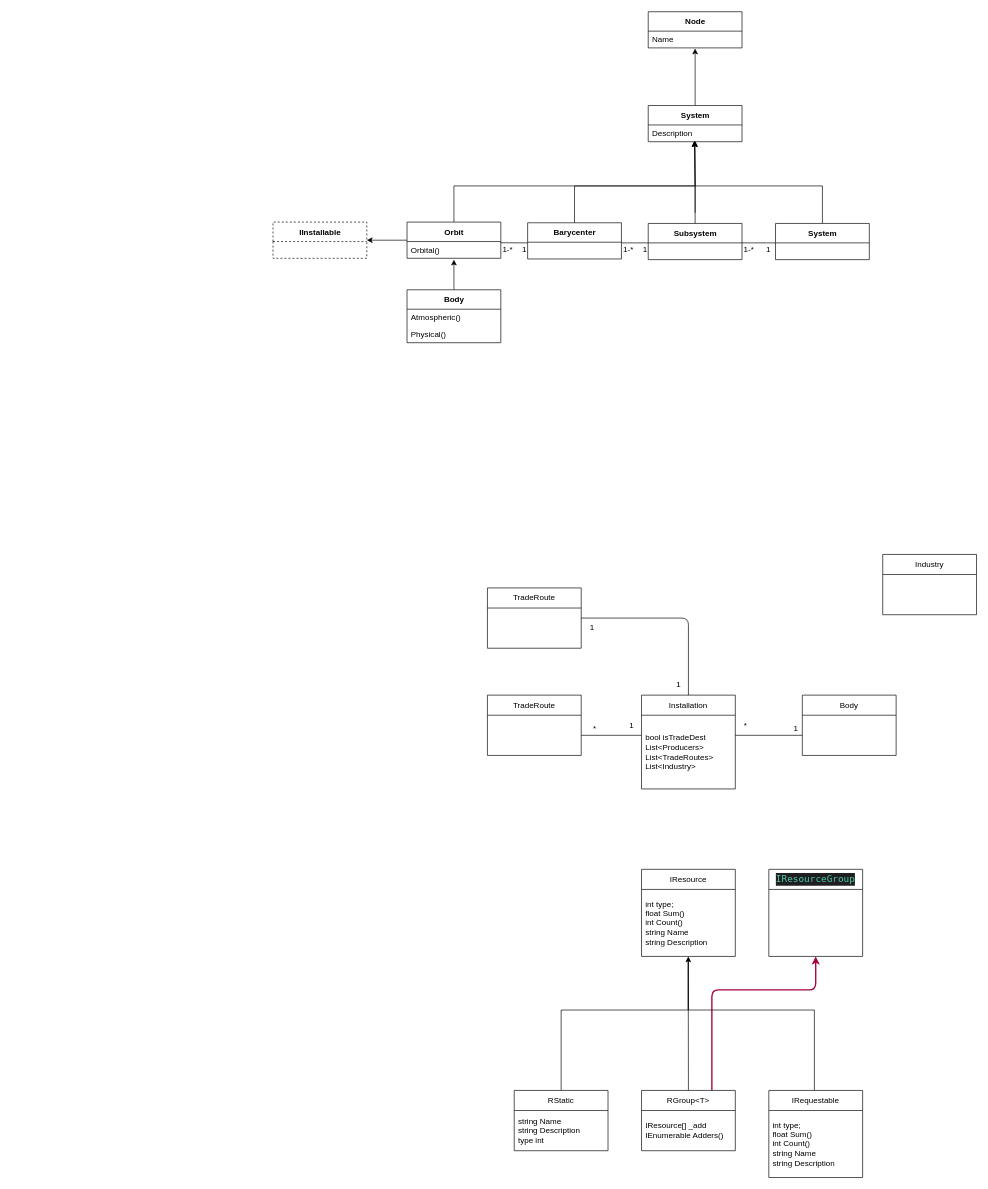
Above: game.drawio in CallumWalley/tradeTest (draw.io), before the change. Source tidied: cells renumbered, new cells numbered last; positions are measured from the earlier drawing's top-left corner, leaving out a move shared by most shapes. Both pictures are drawn from the tidied source at 67%, with x=0, y=0 at pixel (273, 11).
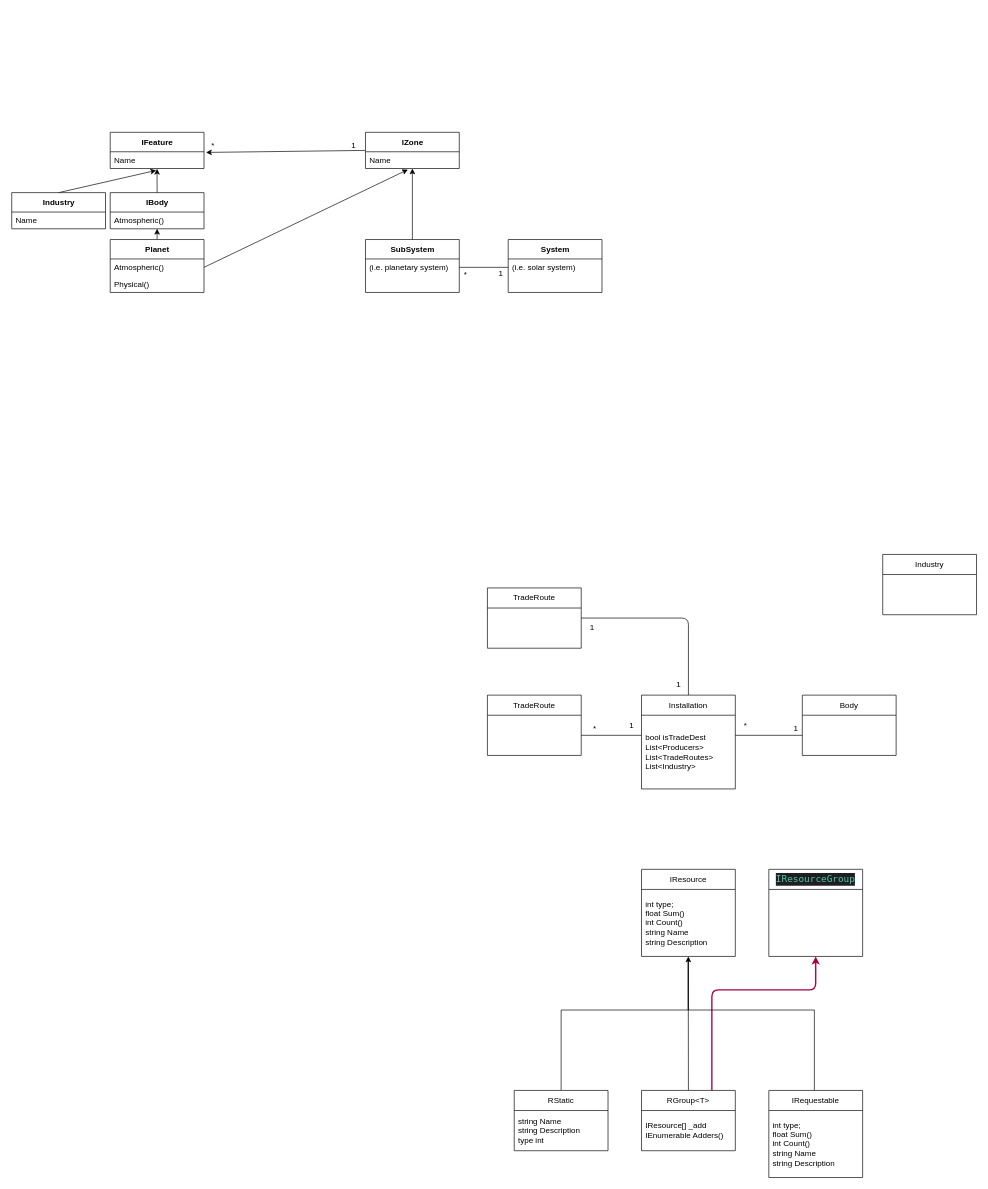
Above is the later version.

Unchanged cells that the change refers to:
```xml
<mxCell id="40" value="Atmospheric()" style="text;html=1;strokeColor=none;fillColor=none;align=left;verticalAlign=middle;spacingLeft=4;spacingRight=4;overflow=hidden;points=[[0,0.5],[1,0.5]];portConstraint=eastwest;dashed=1;" parent="39" vertex="1">
  <mxGeometry y="29" width="140" height="25" as="geometry" />
</mxCell>
```

The edit, as a diff of the source:
```diff
@@
-    <mxCell id="21" style="edgeStyle=orthogonalEdgeStyle;rounded=0;html=1;exitX=0.5;exitY=0;exitDx=0;exitDy=0;entryX=0.5;entryY=1.04;entryDx=0;entryDy=0;endArrow=classic;endFill=1;entryPerimeter=0;" parent="1" edge="1" source="50" target="53">
-      <mxGeometry relative="1" as="geometry" />
-    </mxCell>
-    <mxCell id="22" style="edgeStyle=orthogonalEdgeStyle;rounded=0;html=1;exitX=1;exitY=0.5;exitDx=0;exitDy=0;entryX=0;entryY=0.5;entryDx=0;entryDy=0;endArrow=none;endFill=0;" parent="1" edge="1">
-      <mxGeometry relative="1" as="geometry">
-        <mxPoint x="700" y="345" as="sourcePoint" />
-        <mxPoint x="750" y="345" as="targetPoint" />
-      </mxGeometry>
-    </mxCell>
-    <mxCell id="23" style="edgeStyle=orthogonalEdgeStyle;rounded=0;html=1;exitX=0.5;exitY=0;exitDx=0;exitDy=0;endArrow=none;endFill=0;" parent="1" edge="1">
-      <mxGeometry relative="1" as="geometry">
-        <mxPoint x="630" y="300" as="sourcePoint" />
-        <mxPoint x="630" y="260" as="targetPoint" />
-      </mxGeometry>
-    </mxCell>
-    <mxCell id="24" style="edgeStyle=orthogonalEdgeStyle;rounded=0;jumpStyle=arc;html=1;exitX=0.5;exitY=0;exitDx=0;exitDy=0;entryX=0.5;entryY=0.96;entryDx=0;entryDy=0;endArrow=classic;endFill=1;entryPerimeter=0;" parent="1" edge="1" target="51">
-      <mxGeometry relative="1" as="geometry">
-        <mxPoint x="630" y="316" as="sourcePoint" />
-      </mxGeometry>
-    </mxCell>
-    <mxCell id="25" style="edgeStyle=orthogonalEdgeStyle;rounded=0;html=1;exitX=0.5;exitY=0;exitDx=0;exitDy=0;endArrow=none;endFill=0;" parent="1" edge="1" source="48">
-      <mxGeometry relative="1" as="geometry">
-        <mxPoint x="630" y="260" as="targetPoint" />
-        <Array as="points">
-          <mxPoint x="820" y="260" />
-        </Array>
-      </mxGeometry>
-    </mxCell>
-    <mxCell id="26" value="1" style="text;html=1;align=center;verticalAlign=middle;strokeColor=none;fillColor=none;" parent="1" vertex="1">
-      <mxGeometry x="540" y="340" width="30" height="30" as="geometry" />
-    </mxCell>
-    <mxCell id="27" value="1" style="text;html=1;align=center;verticalAlign=middle;strokeColor=none;fillColor=none;" parent="1" vertex="1">
-      <mxGeometry x="724" y="340" width="30" height="30" as="geometry" />
-    </mxCell>
-    <mxCell id="28" value="&amp;nbsp; &amp;nbsp;1-*" style="text;html=1;align=center;verticalAlign=middle;strokeColor=none;fillColor=none;" parent="1" vertex="1">
-      <mxGeometry x="680" y="340" width="50" height="30" as="geometry" />
-    </mxCell>
-    <mxCell id="29" style="edgeStyle=orthogonalEdgeStyle;rounded=0;jumpStyle=arc;html=1;exitX=0.5;exitY=0;exitDx=0;exitDy=0;endArrow=classic;endFill=1;entryX=0.493;entryY=0.96;entryDx=0;entryDy=0;entryPerimeter=0;" parent="1" edge="1" target="51">
-      <mxGeometry relative="1" as="geometry">
-        <mxPoint x="450" y="316" as="sourcePoint" />
-        <Array as="points">
-          <mxPoint x="450" y="260" />
-          <mxPoint x="630" y="260" />
-        </Array>
-      </mxGeometry>
-    </mxCell>
-    <mxCell id="30" style="edgeStyle=orthogonalEdgeStyle;rounded=0;jumpStyle=arc;html=1;exitX=1;exitY=0.5;exitDx=0;exitDy=0;endArrow=none;endFill=0;entryX=0;entryY=0.5;entryDx=0;entryDy=0;" parent="1" edge="1">
-      <mxGeometry relative="1" as="geometry">
-        <mxPoint x="520" y="345" as="sourcePoint" />
-        <mxPoint x="560" y="345" as="targetPoint" />
-      </mxGeometry>
-    </mxCell>
-    <mxCell id="31" style="edgeStyle=orthogonalEdgeStyle;rounded=0;jumpStyle=arc;html=1;exitX=0;exitY=0.5;exitDx=0;exitDy=0;entryX=0.996;entryY=0.073;entryDx=0;entryDy=0;endArrow=none;endFill=0;entryPerimeter=0;" parent="1" edge="1" target="43">
-      <mxGeometry relative="1" as="geometry">
-        <mxPoint x="380" y="345" as="sourcePoint" />
-      </mxGeometry>
-    </mxCell>
-    <mxCell id="32" style="edgeStyle=orthogonalEdgeStyle;rounded=0;jumpStyle=arc;html=1;exitX=0.5;exitY=0;exitDx=0;exitDy=0;endArrow=classic;endFill=1;entryX=0.493;entryY=0.96;entryDx=0;entryDy=0;entryPerimeter=0;" parent="1" edge="1" source="42" target="51">
-      <mxGeometry relative="1" as="geometry">
-        <Array as="points">
-          <mxPoint x="270" y="260" />
-          <mxPoint x="630" y="260" />
-          <mxPoint x="630" y="210" />
-          <mxPoint x="629" y="210" />
-        </Array>
-      </mxGeometry>
-    </mxCell>
-    <mxCell id="33" style="edgeStyle=orthogonalEdgeStyle;rounded=0;jumpStyle=arc;html=1;exitX=0;exitY=0.5;exitDx=0;exitDy=0;entryX=1;entryY=0.5;entryDx=0;entryDy=0;endArrow=classic;endFill=1;" parent="1" edge="1" source="42" target="37">
-      <mxGeometry relative="1" as="geometry" />
-    </mxCell>
-    <mxCell id="34" value="1-*" style="text;html=1;align=center;verticalAlign=middle;strokeColor=none;fillColor=none;" parent="1" vertex="1">
-      <mxGeometry x="510" y="340" width="40" height="30" as="geometry" />
-    </mxCell>
-    <mxCell id="35" value="1-*" style="text;html=1;align=center;verticalAlign=middle;strokeColor=none;fillColor=none;" parent="1" vertex="1">
-      <mxGeometry x="330" y="340" width="40" height="30" as="geometry" />
-    </mxCell>
-    <mxCell id="36" value="1" style="text;html=1;align=center;verticalAlign=middle;strokeColor=none;fillColor=none;" parent="1" vertex="1">
-      <mxGeometry x="360" y="340" width="30" height="30" as="geometry" />
-    </mxCell>
-    <mxCell id="37" value="IInstallable" style="swimlane;fontStyle=1;align=center;verticalAlign=middle;horizontal=1;startSize=29;html=1;dashed=1;" parent="1" vertex="1">
-      <mxGeometry y="314" width="140" height="54" as="geometry" />
-    </mxCell>
-    <mxCell id="38" style="edgeStyle=orthogonalEdgeStyle;rounded=0;jumpStyle=arc;html=1;exitX=0.5;exitY=0;exitDx=0;exitDy=0;endArrow=classic;endFill=1;" parent="1" edge="1" source="39">
-      <mxGeometry relative="1" as="geometry">
-        <mxPoint x="270" y="370" as="targetPoint" />
-      </mxGeometry>
-    </mxCell>
+    <mxCell id="63" style="edgeStyle=none;html=1;exitX=0.5;exitY=0;exitDx=0;exitDy=0;" parent="1" edge="1" source="39" target="69">
+      <mxGeometry relative="1" as="geometry" />
+    </mxCell>
+    <mxCell id="64" style="edgeStyle=none;html=1;exitX=1;exitY=0.5;exitDx=0;exitDy=0;entryX=0.452;entryY=1.065;entryDx=0;entryDy=0;entryPerimeter=0;" parent="1" edge="1" source="40" target="72">
+      <mxGeometry relative="1" as="geometry" />
+    </mxCell>
-    <mxCell id="39" value="Body" style="swimlane;fontStyle=1;align=center;verticalAlign=middle;horizontal=1;startSize=29;html=1;" parent="1" vertex="1">
-      <mxGeometry x="200" y="415" width="140" height="79" as="geometry" />
+    <mxCell id="39" value="Planet" style="swimlane;fontStyle=1;align=center;verticalAlign=middle;horizontal=1;startSize=29;html=1;" parent="1" vertex="1">
+      <mxGeometry x="-243" y="340" width="140" height="79" as="geometry" />
     </mxCell>
@@
-    <mxCell id="42" value="Orbit" style="swimlane;fontStyle=1;align=center;verticalAlign=middle;horizontal=1;startSize=29;html=1;" parent="1" vertex="1">
-      <mxGeometry x="200" y="314" width="140" height="54" as="geometry" />
-    </mxCell>
-    <mxCell id="43" value="Orbital()" style="text;html=1;strokeColor=none;fillColor=none;align=left;verticalAlign=middle;spacingLeft=4;spacingRight=4;overflow=hidden;points=[[0,0.5],[1,0.5]];portConstraint=eastwest;dashed=1;" parent="42" vertex="1">
-      <mxGeometry y="29" width="140" height="25" as="geometry" />
-    </mxCell>
-    <mxCell id="44" value="Barycenter" style="swimlane;fontStyle=1;align=center;verticalAlign=middle;horizontal=1;startSize=29;html=1;" parent="1" vertex="1">
-      <mxGeometry x="380" y="315" width="140" height="54" as="geometry" />
-    </mxCell>
-    <mxCell id="45" value="&amp;nbsp;&amp;nbsp;" style="text;html=1;strokeColor=none;fillColor=none;align=left;verticalAlign=middle;spacingLeft=4;spacingRight=4;overflow=hidden;dashed=1;" parent="44" vertex="1">
-      <mxGeometry y="29" width="140" height="25" as="geometry" />
-    </mxCell>
-    <mxCell id="46" value="Subsystem" style="swimlane;fontStyle=1;align=center;verticalAlign=middle;horizontal=1;startSize=29;html=1;" parent="1" vertex="1">
-      <mxGeometry x="560" y="316" width="140" height="54" as="geometry" />
-    </mxCell>
-    <mxCell id="47" value="&amp;nbsp;&amp;nbsp;" style="text;html=1;strokeColor=none;fillColor=none;align=left;verticalAlign=middle;spacingLeft=4;spacingRight=4;overflow=hidden;dashed=1;" parent="46" vertex="1">
-      <mxGeometry y="29" width="140" height="25" as="geometry" />
-    </mxCell>
-    <mxCell id="48" value="System" style="swimlane;fontStyle=1;align=center;verticalAlign=middle;horizontal=1;startSize=29;html=1;" parent="1" vertex="1">
-      <mxGeometry x="750" y="316" width="140" height="54" as="geometry" />
-    </mxCell>
-    <mxCell id="49" value="&amp;nbsp;&amp;nbsp;" style="text;html=1;strokeColor=none;fillColor=none;align=left;verticalAlign=middle;spacingLeft=4;spacingRight=4;overflow=hidden;dashed=1;" parent="48" vertex="1">
-      <mxGeometry y="29" width="140" height="25" as="geometry" />
-    </mxCell>
+    <mxCell id="65" style="edgeStyle=none;html=1;exitX=0.5;exitY=0;exitDx=0;exitDy=0;" parent="1" edge="1" source="50" target="72">
+      <mxGeometry relative="1" as="geometry" />
+    </mxCell>
-    <mxCell id="50" value="System" style="swimlane;fontStyle=1;align=center;verticalAlign=middle;horizontal=1;startSize=29;html=1;" parent="1" vertex="1">
-      <mxGeometry x="560" y="140" width="140" height="54" as="geometry" />
+    <mxCell id="50" value="SubSystem" style="swimlane;fontStyle=1;align=center;verticalAlign=middle;horizontal=1;startSize=29;html=1;" parent="1" vertex="1">
+      <mxGeometry x="138" y="340" width="140" height="79" as="geometry" />
     </mxCell>
-    <mxCell id="51" value="Description" style="text;html=1;strokeColor=none;fillColor=none;align=left;verticalAlign=middle;spacingLeft=4;spacingRight=4;overflow=hidden;points=[[0,0.5],[1,0.5]];portConstraint=eastwest;dashed=1;" parent="50" vertex="1">
+    <mxCell id="51" value="(i.e. planetary system)" style="text;html=1;strokeColor=none;fillColor=none;align=left;verticalAlign=middle;spacingLeft=4;spacingRight=4;overflow=hidden;points=[[0,0.5],[1,0.5]];portConstraint=eastwest;dashed=1;" parent="50" vertex="1">
       <mxGeometry y="29" width="140" height="25" as="geometry" />
     </mxCell>
-    <mxCell id="52" value="Node" style="swimlane;fontStyle=1;align=center;verticalAlign=middle;horizontal=1;startSize=29;html=1;" parent="1" vertex="1">
-      <mxGeometry x="560" width="140" height="54" as="geometry" />
-    </mxCell>
-    <mxCell id="53" value="Name" style="text;html=1;strokeColor=none;fillColor=none;align=left;verticalAlign=middle;spacingLeft=4;spacingRight=4;overflow=hidden;points=[[0,0.5],[1,0.5]];portConstraint=eastwest;dashed=1;" parent="52" vertex="1">
-      <mxGeometry y="29" width="140" height="25" as="geometry" />
-    </mxCell>
+    <mxCell id="66" style="text;html=1;strokeColor=none;fillColor=none;align=left;verticalAlign=middle;spacingLeft=4;spacingRight=4;overflow=hidden;dashed=1;" parent="50" vertex="1">
+      <mxGeometry y="54" width="140" height="25" as="geometry" />
+    </mxCell>
@@
+    <mxCell id="67" style="edgeStyle=none;html=1;exitX=0.5;exitY=0;exitDx=0;exitDy=0;entryX=0.499;entryY=1.017;entryDx=0;entryDy=0;entryPerimeter=0;" parent="1" edge="1" source="68" target="76">
+      <mxGeometry relative="1" as="geometry" />
+    </mxCell>
+    <mxCell id="68" value="IBody" style="swimlane;fontStyle=1;align=center;verticalAlign=middle;horizontal=1;startSize=29;html=1;" parent="1" vertex="1">
+      <mxGeometry x="-243" y="270" width="140" height="54" as="geometry" />
+    </mxCell>
+    <mxCell id="69" value="Atmospheric()" style="text;html=1;strokeColor=none;fillColor=none;align=left;verticalAlign=middle;spacingLeft=4;spacingRight=4;overflow=hidden;points=[[0,0.5],[1,0.5]];portConstraint=eastwest;dashed=1;" parent="68" vertex="1">
+      <mxGeometry y="29" width="140" height="25" as="geometry" />
+    </mxCell>
+    <mxCell id="70" style="edgeStyle=none;html=1;exitX=0;exitY=0.5;exitDx=0;exitDy=0;" parent="1" edge="1" source="71">
+      <mxGeometry relative="1" as="geometry">
+        <mxPoint x="-100" y="210" as="targetPoint" />
+      </mxGeometry>
+    </mxCell>
+    <mxCell id="71" value="IZone" style="swimlane;fontStyle=1;align=center;verticalAlign=middle;horizontal=1;startSize=29;html=1;" parent="1" vertex="1">
+      <mxGeometry x="138" y="180" width="140" height="54" as="geometry" />
+    </mxCell>
+    <mxCell id="72" value="Name" style="text;html=1;strokeColor=none;fillColor=none;align=left;verticalAlign=middle;spacingLeft=4;spacingRight=4;overflow=hidden;points=[[0,0.5],[1,0.5]];portConstraint=eastwest;dashed=1;" parent="71" vertex="1">
+      <mxGeometry y="29" width="140" height="25" as="geometry" />
+    </mxCell>
+    <mxCell id="48" value="System" style="swimlane;fontStyle=1;align=center;verticalAlign=middle;horizontal=1;startSize=29;html=1;" parent="1" vertex="1">
+      <mxGeometry x="351" y="340" width="140" height="79" as="geometry" />
+    </mxCell>
+    <mxCell id="73" value="(i.e. solar system)" style="text;html=1;strokeColor=none;fillColor=none;align=left;verticalAlign=middle;spacingLeft=4;spacingRight=4;overflow=hidden;points=[[0,0.5],[1,0.5]];portConstraint=eastwest;dashed=1;" parent="48" vertex="1">
+      <mxGeometry y="29" width="140" height="25" as="geometry" />
+    </mxCell>
+    <mxCell id="74" style="text;html=1;strokeColor=none;fillColor=none;align=left;verticalAlign=middle;spacingLeft=4;spacingRight=4;overflow=hidden;dashed=1;" parent="48" vertex="1">
+      <mxGeometry y="54" width="140" height="25" as="geometry" />
+    </mxCell>
+    <mxCell id="75" value="IFeature" style="swimlane;fontStyle=1;align=center;verticalAlign=middle;horizontal=1;startSize=29;html=1;" parent="1" vertex="1">
+      <mxGeometry x="-243" y="180" width="140" height="54" as="geometry" />
+    </mxCell>
+    <mxCell id="76" value="Name" style="text;html=1;strokeColor=none;fillColor=none;align=left;verticalAlign=middle;spacingLeft=4;spacingRight=4;overflow=hidden;points=[[0,0.5],[1,0.5]];portConstraint=eastwest;dashed=1;" parent="75" vertex="1">
+      <mxGeometry y="29" width="140" height="25" as="geometry" />
+    </mxCell>
+    <mxCell id="77" value="*" style="text;html=1;align=center;verticalAlign=middle;strokeColor=none;fillColor=none;" parent="1" vertex="1">
+      <mxGeometry x="-105" y="185" width="30" height="30" as="geometry" />
+    </mxCell>
+    <mxCell id="78" value="1" style="text;html=1;align=center;verticalAlign=middle;strokeColor=none;fillColor=none;" parent="1" vertex="1">
+      <mxGeometry x="105" y="185" width="30" height="30" as="geometry" />
+    </mxCell>
+    <mxCell id="79" style="edgeStyle=none;html=1;exitX=0;exitY=0.5;exitDx=0;exitDy=0;entryX=1;entryY=0.5;entryDx=0;entryDy=0;endArrow=none;endFill=0;" parent="1" edge="1" source="73" target="51">
+      <mxGeometry relative="1" as="geometry" />
+    </mxCell>
+    <mxCell id="80" style="edgeStyle=none;html=1;exitX=0.5;exitY=0;exitDx=0;exitDy=0;entryX=0.49;entryY=1.113;entryDx=0;entryDy=0;entryPerimeter=0;" parent="1" edge="1" source="81" target="76">
+      <mxGeometry relative="1" as="geometry" />
+    </mxCell>
+    <mxCell id="81" value="Industry" style="swimlane;fontStyle=1;align=center;verticalAlign=middle;horizontal=1;startSize=29;html=1;" parent="1" vertex="1">
+      <mxGeometry x="-390" y="270" width="140" height="54" as="geometry" />
+    </mxCell>
+    <mxCell id="82" value="Name" style="text;html=1;strokeColor=none;fillColor=none;align=left;verticalAlign=middle;spacingLeft=4;spacingRight=4;overflow=hidden;dashed=1;" parent="81" vertex="1">
+      <mxGeometry y="29" width="140" height="25" as="geometry" />
+    </mxCell>
+    <mxCell id="83" value="*" style="text;html=1;align=center;verticalAlign=middle;strokeColor=none;fillColor=none;" parent="1" vertex="1">
+      <mxGeometry x="272" y="377" width="30" height="30" as="geometry" />
+    </mxCell>
+    <mxCell id="84" value="1" style="text;html=1;align=center;verticalAlign=middle;strokeColor=none;fillColor=none;" parent="1" vertex="1">
+      <mxGeometry x="325" y="376" width="30" height="30" as="geometry" />
+    </mxCell>
```
